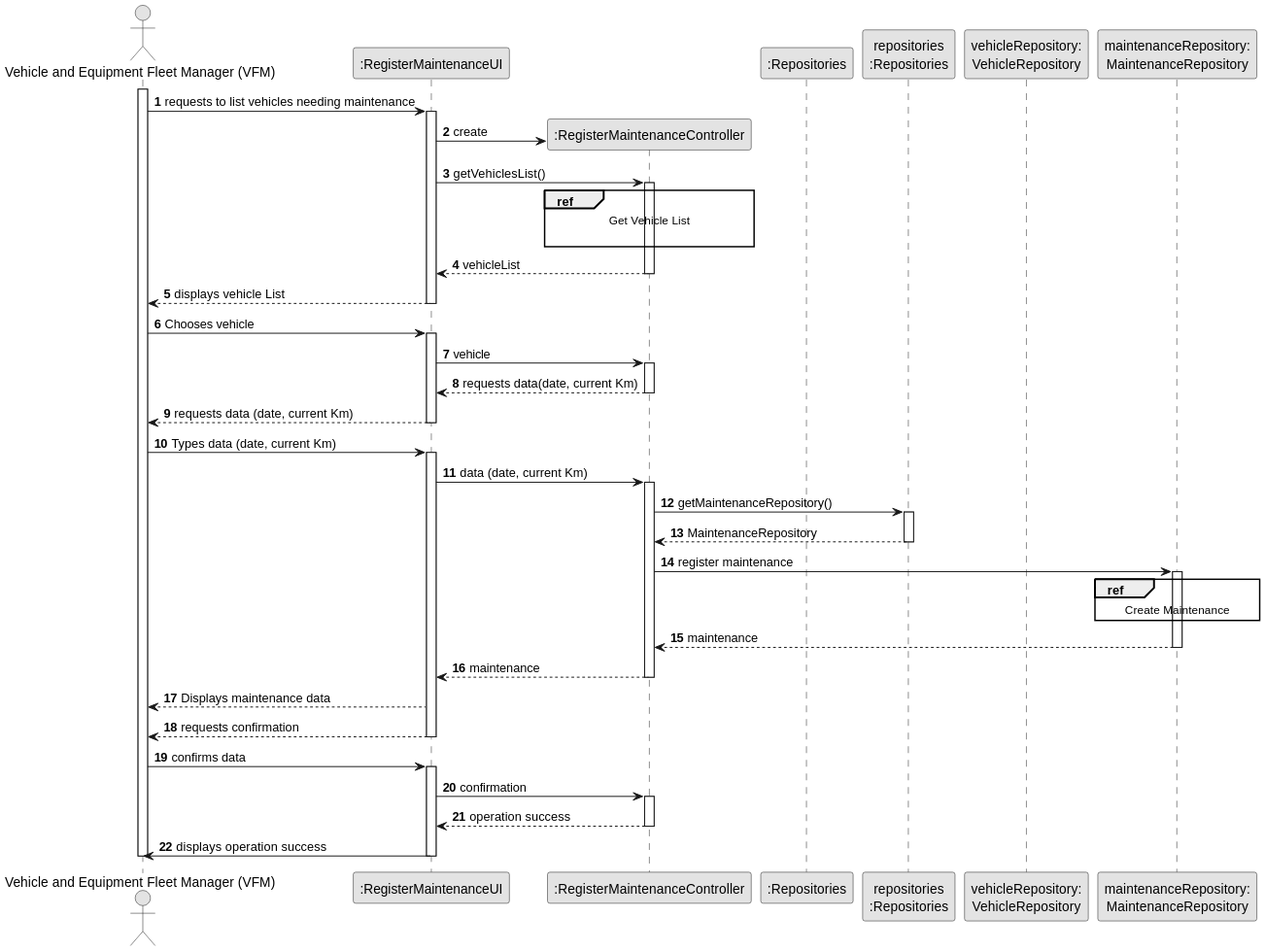
This is docs/sprintB/us007/03.design/svg/us007-sequence-diagram-split.svg from RicardoMorim/lapr2-ISEP-Project, a PlantUML export, as it was before one commit.
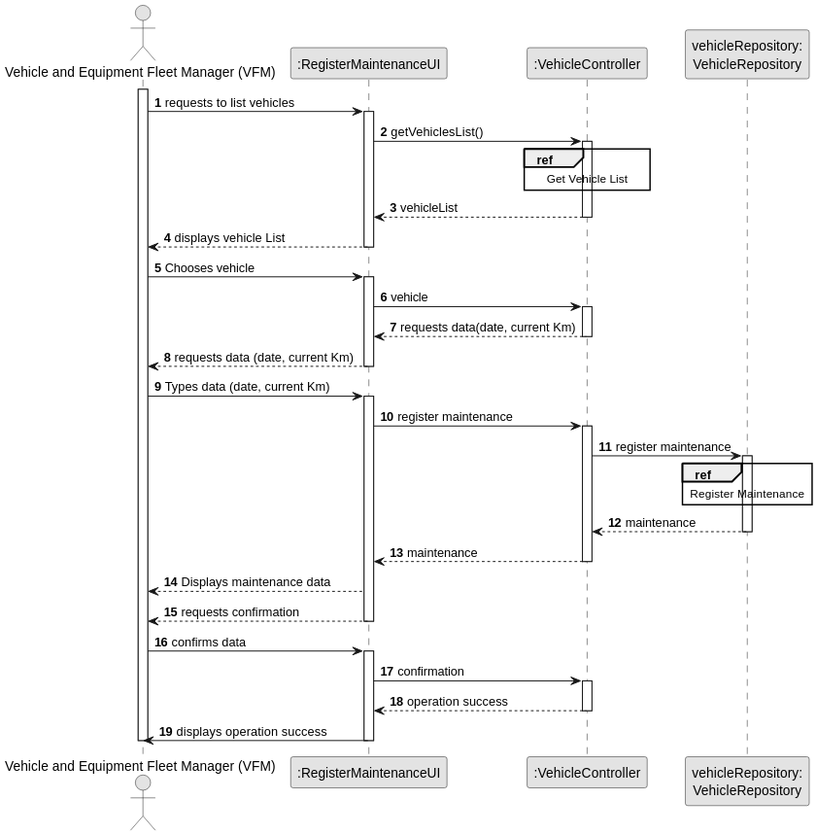
The same file after the commit.

Commit message:
updated the split sequence diagrams of the us007

The edit, as a diff of the source:
```diff
@@ -7,26 +7,19 @@
 
 actor "Vehicle and Equipment Fleet Manager (VFM)" as VFM
 participant ":RegisterMaintenanceUI" as UI
-participant ":RegisterMaintenanceController" as CTRL
-participant ":Repositories" as RepositorySingleton
-participant "repositories\n:Repositories" as PLAT
+participant ":VehicleController" as CTRL
 participant "vehicleRepository:\nVehicleRepository" as VehicleRepository
-participant "maintenanceRepository:\nMaintenanceRepository" as MaintenanceRepository
-
 
 activate VFM
 
-    VFM -> UI : requests to list vehicles needing maintenance
+    VFM -> UI : requests to list vehicles
     activate UI
-
-        UI -> CTRL** : create
 
         UI -> CTRL : getVehiclesList()
         activate CTRL
 
              ref over CTRL
                 Get Vehicle List
-
              end ref
 
             CTRL --> UI : vehicleList
@@ -50,24 +43,21 @@
             VFM -> UI : Types data (date, current Km)
             activate UI
 
-            UI -> CTRL : data (date, current Km)
+
+            UI -> CTRL : register maintenance
             activate CTRL
 
-            CTRL -> PLAT : getMaintenanceRepository()
-            activate PLAT
+            CTRL -> VehicleRepository : register maintenance
+            activate VehicleRepository
 
-            PLAT --> CTRL : MaintenanceRepository
+                ref over VehicleRepository
+                    Register Maintenance
+                end
+
+            CTRL <-- VehicleRepository : maintenance
             deactivate
 
-            CTRL -> MaintenanceRepository : register maintenance
-            activate MaintenanceRepository
-
-                ref over MaintenanceRepository
-                    Create Maintenance
-                end
-               MaintenanceRepository --> CTRL : maintenance
-               deactivate
-               CTRL --> UI : maintenance
+               CTRL --> UI: maintenance
                deactivate
                UI --> VFM : Displays maintenance data
                UI --> VFM : requests confirmation
```
